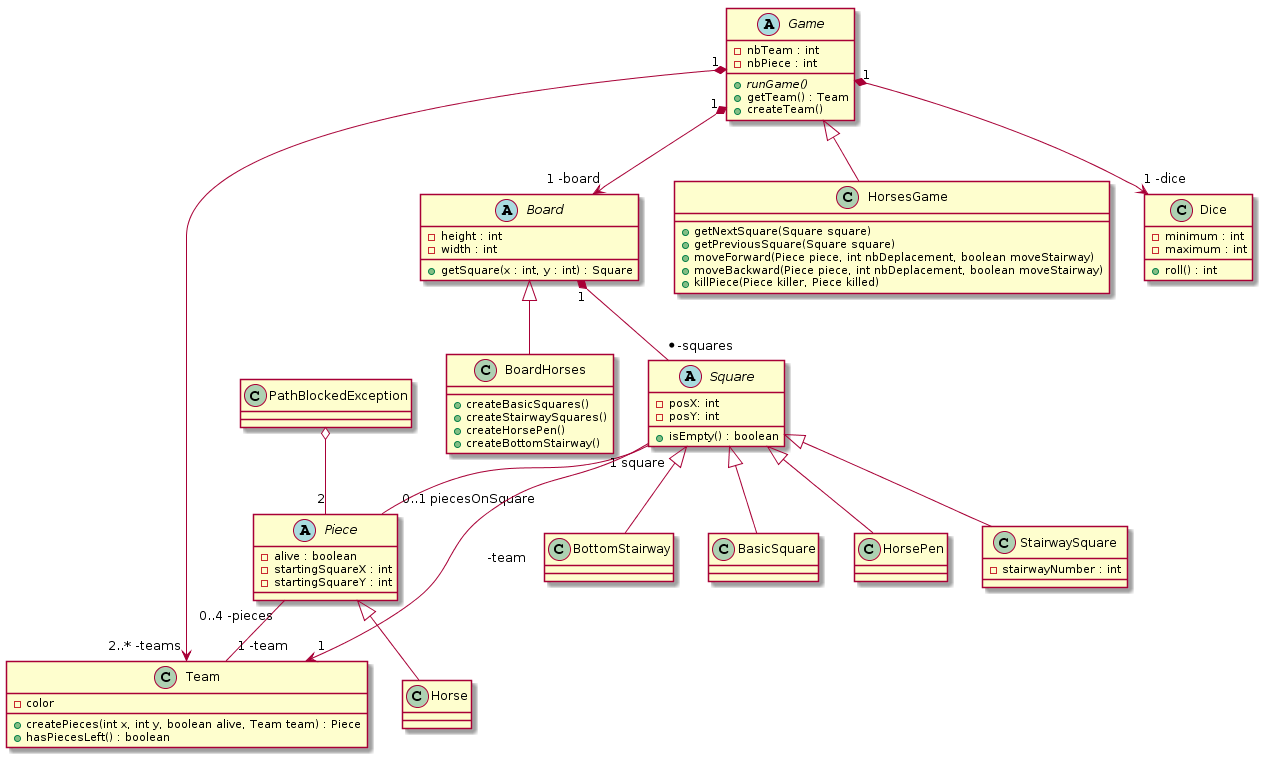
Earlier version of the PlantUML export uml/uml.png (Yutsa/Horses-Game).
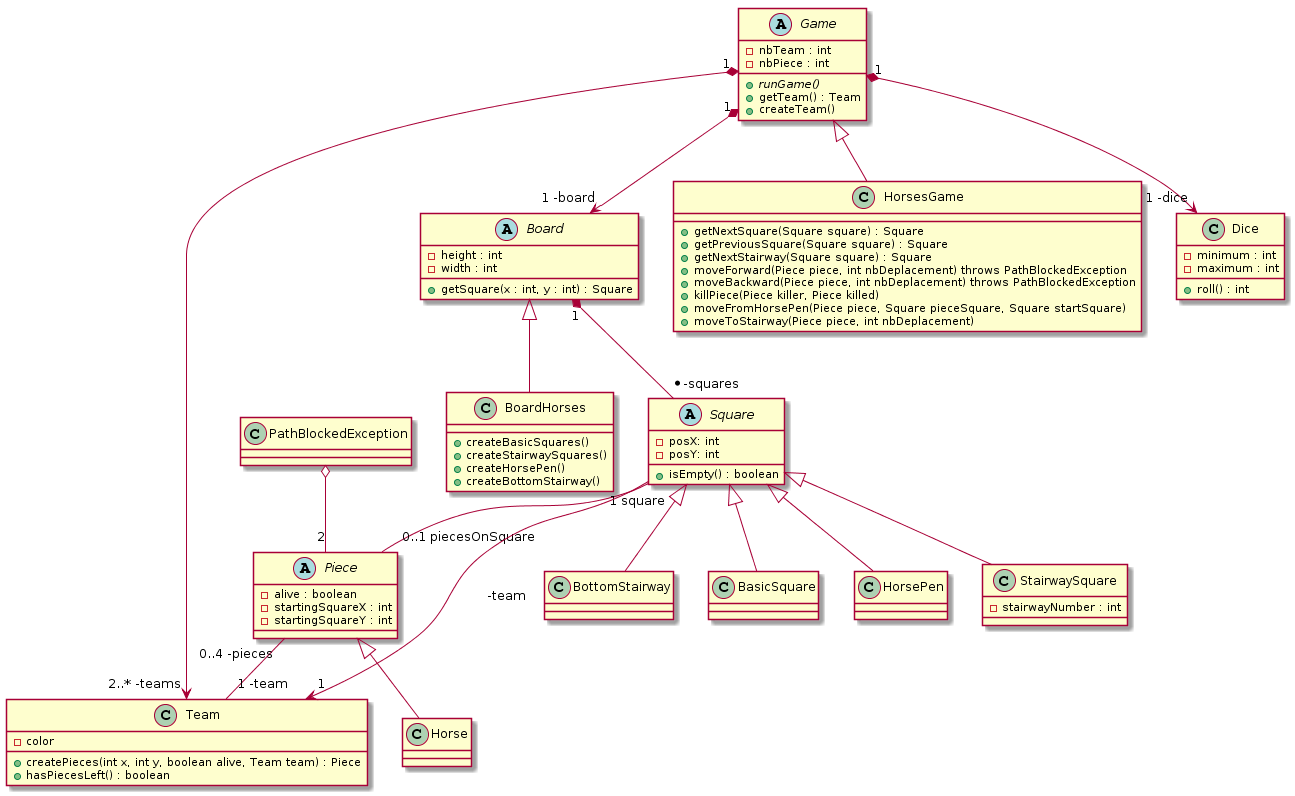
The same diagram one commit later.

What changed in the source:
```diff
@@ -21,11 +21,14 @@
 }
 
 class HorsesGame {
-+getNextSquare(Square square)
-+getPreviousSquare(Square square)
-+moveForward(Piece piece, int nbDeplacement, boolean moveStairway)
-+moveBackward(Piece piece, int nbDeplacement, boolean moveStairway)
++getNextSquare(Square square) : Square
++getPreviousSquare(Square square) : Square
++getNextStairway(Square square) : Square
++moveForward(Piece piece, int nbDeplacement) throws PathBlockedException
++moveBackward(Piece piece, int nbDeplacement) throws PathBlockedException
 +killPiece(Piece killer, Piece killed)
++moveFromHorsePen(Piece piece, Square pieceSquare, Square startSquare)
++moveToStairway(Piece piece, int nbDeplacement)
 }
 
 
```
